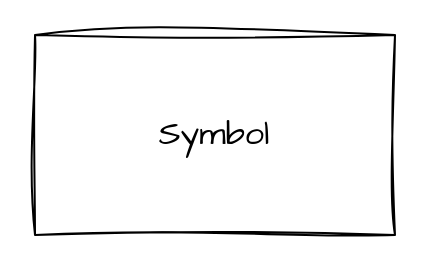
DemitriusQuadros/go-trade-bot keeps this draw.io diagram as docs/architecture.drawio. Above is the earlier version. Source tidied: cells renumbered, new cells numbered last; positions are measured from the earlier drawing's top-left corner, leaving out a move shared by most shapes. Both pictures are drawn from the tidied source at 200%, with x=0, y=0 at pixel (34, 34).
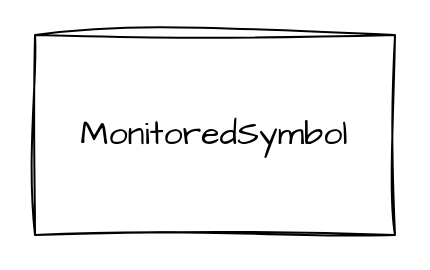
The same page after the edit.

The edit, as a diff of the source:
```diff
@@
 <mxGraphModel>
   <root>
     <mxCell id="0" />
     <mxCell id="1" parent="0" />
-    <mxCell id="2" value="Symbol" style="rounded=0;whiteSpace=wrap;html=1;fontFamily=Comic Sans MS;fontSize=17;sketch=1;curveFitting=1;jiggle=2;" parent="1" vertex="1">
+    <mxCell id="2" value="MonitoredSymbol" style="rounded=0;whiteSpace=wrap;html=1;fontFamily=Comic Sans MS;fontSize=17;sketch=1;curveFitting=1;jiggle=2;" parent="1" vertex="1">
       <mxGeometry width="180" height="100" as="geometry" />
     </mxCell>
   </root>
 </mxGraphModel>
```
